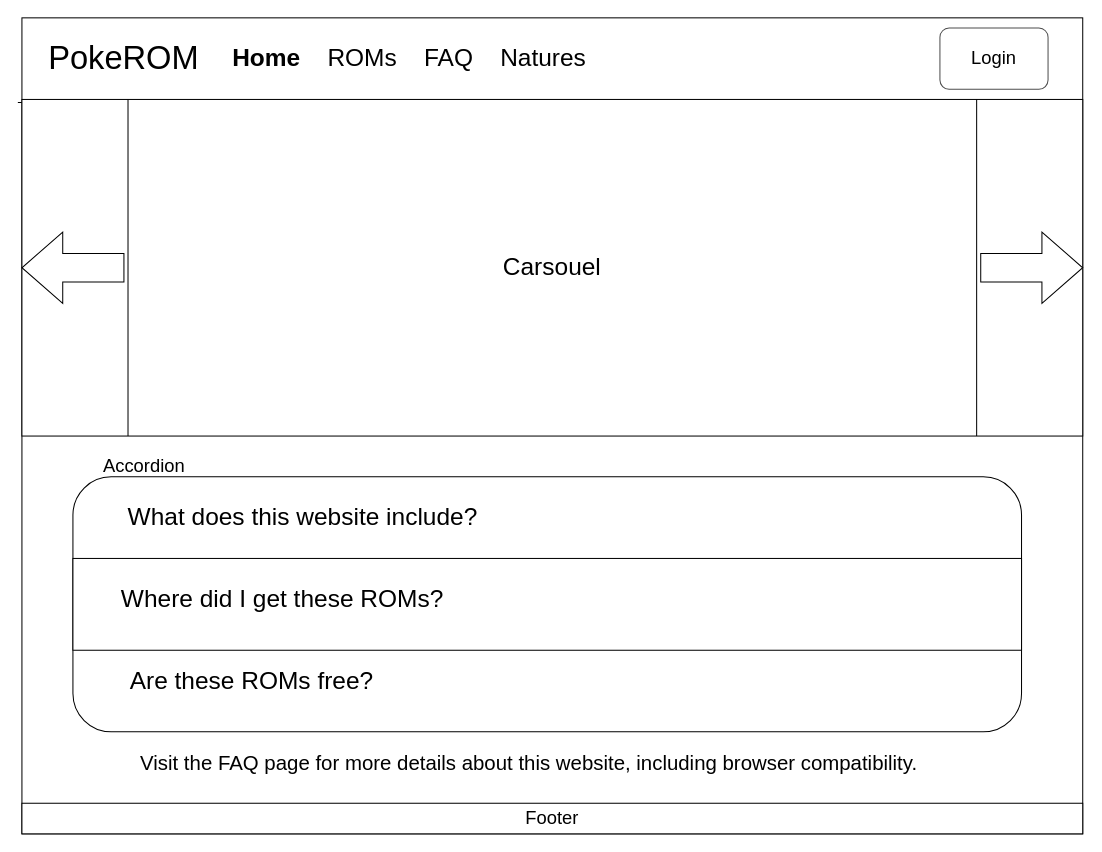
Before: page "Home Page" (1 of 7) of client/diagrams/PokeROM-Website.drawio in bag33188/PokeROM, a draw.io diagram. Source tidied: cells renumbered, new cells numbered last; positions are measured from the earlier drawing's top-left corner, leaving out a move shared by most shapes. Both pictures are drawn from the tidied source at 102%, with x=0, y=0 at pixel (17, 17).
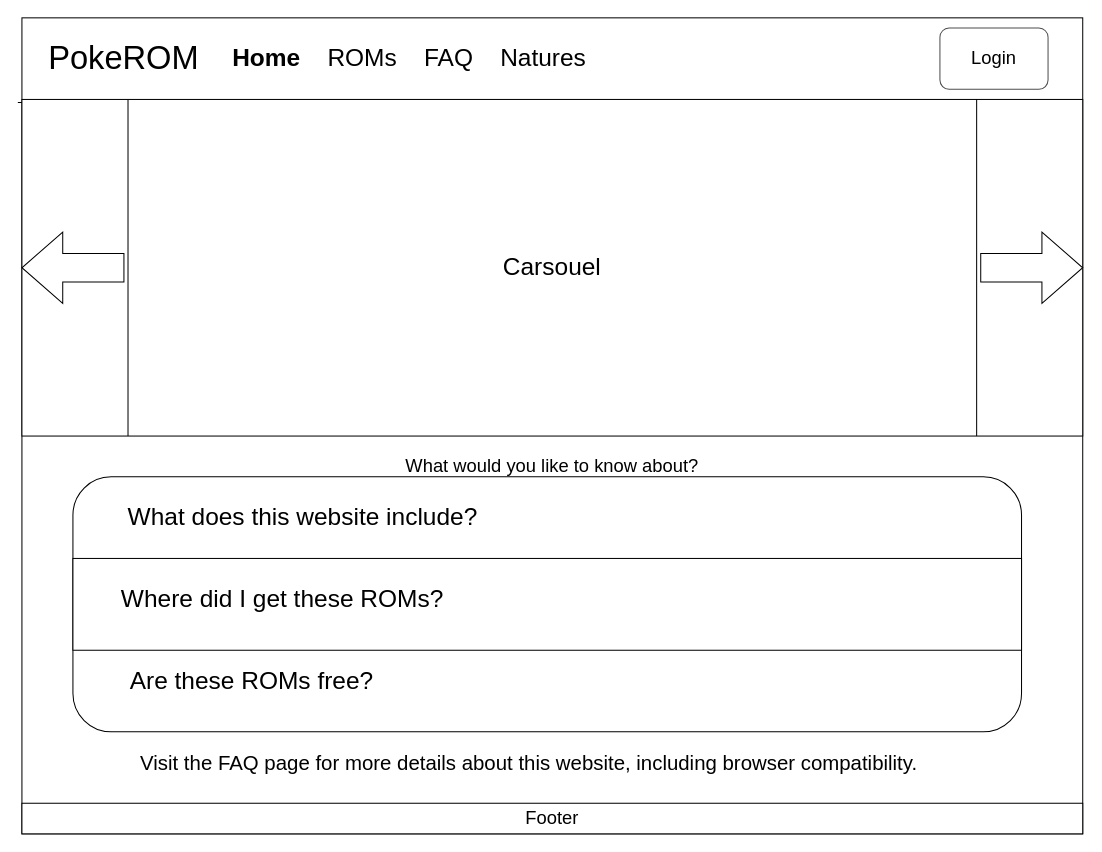
Above is the later version.

What changed in the source:
```diff
@@
 <mxGraphModel>
   <root>
     <mxCell id="0" />
     <mxCell id="1" parent="0" />
     <mxCell id="2" style="rounded=0;whiteSpace=wrap;html=1;" parent="1" vertex="1">
       <mxGeometry x="4" width="1040" height="800" as="geometry" />
     </mxCell>
     <mxCell id="3" style="endArrow=none;html=1;entryX=-0.004;entryY=0.104;entryDx=0;entryDy=0;entryPerimeter=0;" parent="1" edge="1">
       <mxGeometry relative="1" as="geometry">
         <mxPoint x="1044" y="83" as="sourcePoint" />
         <mxPoint y="82.9" as="targetPoint" />
       </mxGeometry>
     </mxCell>
     <mxCell id="4" value="&lt;font style=&quot;font-size: 32px&quot;&gt;PokeROM&lt;/font&gt;" style="text;html=1;strokeColor=none;fillColor=none;align=center;verticalAlign=middle;whiteSpace=wrap;rounded=0;" parent="1" vertex="1">
       <mxGeometry x="24" y="20" width="160" height="40" as="geometry" />
     </mxCell>
     <mxCell id="5" value="&lt;font style=&quot;font-size: 24px&quot;&gt;&lt;b&gt;Home&amp;nbsp; &amp;nbsp; &lt;/b&gt;ROMs&amp;nbsp; &amp;nbsp; FAQ&amp;nbsp; &amp;nbsp; Natures&lt;/font&gt;" style="text;html=1;strokeColor=none;fillColor=none;align=center;verticalAlign=middle;whiteSpace=wrap;rounded=0;" parent="1" vertex="1">
       <mxGeometry x="184" y="20" width="400" height="40" as="geometry" />
     </mxCell>
     <mxCell id="6" value="&lt;font color=&quot;#000000&quot; style=&quot;font-size: 18px&quot;&gt;Login&lt;/font&gt;" style="rounded=1;html=1;shadow=0;dashed=0;whiteSpace=wrap;fontSize=10;fillColor=#FFFFFF;align=center;strokeColor=#4D4D4D;fontColor=#ffffff;" parent="1" vertex="1">
       <mxGeometry x="904" y="10" width="106" height="60" as="geometry" />
     </mxCell>
     <mxCell id="7" value="&lt;font style=&quot;font-size: 24px&quot;&gt;Carsouel&lt;/font&gt;" style="shape=process;whiteSpace=wrap;html=1;backgroundOutline=1;fillColor=#FFFFFF;" parent="1" vertex="1">
       <mxGeometry x="4" y="80" width="1040" height="330" as="geometry" />
     </mxCell>
     <mxCell id="8" style="html=1;shadow=0;dashed=0;align=center;verticalAlign=middle;shape=mxgraph.arrows2.arrow;dy=0.6;dx=40;notch=0;fillColor=#FFFFFF;" parent="1" vertex="1">
       <mxGeometry x="944" y="210" width="100" height="70" as="geometry" />
     </mxCell>
     <mxCell id="9" style="html=1;shadow=0;dashed=0;align=center;verticalAlign=middle;shape=mxgraph.arrows2.arrow;dy=0.6;dx=40;flipH=1;notch=0;fillColor=#FFFFFF;" parent="1" vertex="1">
       <mxGeometry x="4" y="210" width="100" height="70" as="geometry" />
     </mxCell>
     <mxCell id="10" style="rounded=1;whiteSpace=wrap;html=1;fillColor=#FFFFFF;" parent="1" vertex="1">
       <mxGeometry x="54" y="450" width="930" height="250" as="geometry" />
     </mxCell>
     <mxCell id="11" style="rounded=0;whiteSpace=wrap;html=1;fillColor=#FFFFFF;" parent="1" vertex="1">
       <mxGeometry x="54" y="530" width="930" height="90" as="geometry" />
     </mxCell>
     <mxCell id="12" value="&lt;span style=&quot;font-weight: normal&quot;&gt;What does this website include?&lt;/span&gt;" style="text;strokeColor=none;fillColor=none;html=1;fontSize=24;fontStyle=1;verticalAlign=middle;align=center;" parent="1" vertex="1">
       <mxGeometry x="94" y="470" width="370" height="40" as="geometry" />
     </mxCell>
     <mxCell id="13" value="&lt;span style=&quot;font-weight: normal&quot;&gt;Where did I get these ROMs?&lt;/span&gt;" style="text;strokeColor=none;fillColor=none;html=1;fontSize=24;fontStyle=1;verticalAlign=middle;align=center;" parent="1" vertex="1">
       <mxGeometry x="84" y="550" width="350" height="40" as="geometry" />
     </mxCell>
     <mxCell id="14" value="&lt;span style=&quot;font-weight: normal&quot;&gt;Are these ROMs free?&lt;/span&gt;" style="text;strokeColor=none;fillColor=none;html=1;fontSize=24;fontStyle=1;verticalAlign=middle;align=center;" parent="1" vertex="1">
       <mxGeometry x="84" y="630" width="290" height="40" as="geometry" />
     </mxCell>
-    <mxCell id="15" value="&lt;font style=&quot;font-size: 18px&quot;&gt;Accordion&lt;/font&gt;" style="text;html=1;strokeColor=none;fillColor=none;align=center;verticalAlign=middle;whiteSpace=wrap;rounded=0;" parent="1" vertex="1">
-      <mxGeometry x="54" y="430" width="140" height="20" as="geometry" />
+    <mxCell id="15" value="&lt;font style=&quot;font-size: 18px&quot;&gt;What would you like to know about?&lt;/font&gt;" style="text;html=1;strokeColor=none;fillColor=none;align=center;verticalAlign=middle;whiteSpace=wrap;rounded=0;" parent="1" vertex="1">
+      <mxGeometry x="54" y="430" width="940" height="20" as="geometry" />
     </mxCell>
     <mxCell id="16" value="&lt;font style=&quot;font-size: 20px&quot;&gt;Visit the FAQ page for more details about this website, including browser compatibility.&amp;nbsp;&lt;/font&gt;" style="text;html=1;strokeColor=none;fillColor=none;align=center;verticalAlign=middle;whiteSpace=wrap;rounded=0;" parent="1" vertex="1">
       <mxGeometry x="74" y="720" width="860" height="20" as="geometry" />
     </mxCell>
     <mxCell id="17" value="&lt;font style=&quot;font-size: 18px&quot;&gt;Footer&lt;/font&gt;" style="rounded=0;whiteSpace=wrap;html=1;fillColor=#FFFFFF;" parent="1" vertex="1">
       <mxGeometry x="4" y="770" width="1040" height="30" as="geometry" />
     </mxCell>
   </root>
 </mxGraphModel>
```
